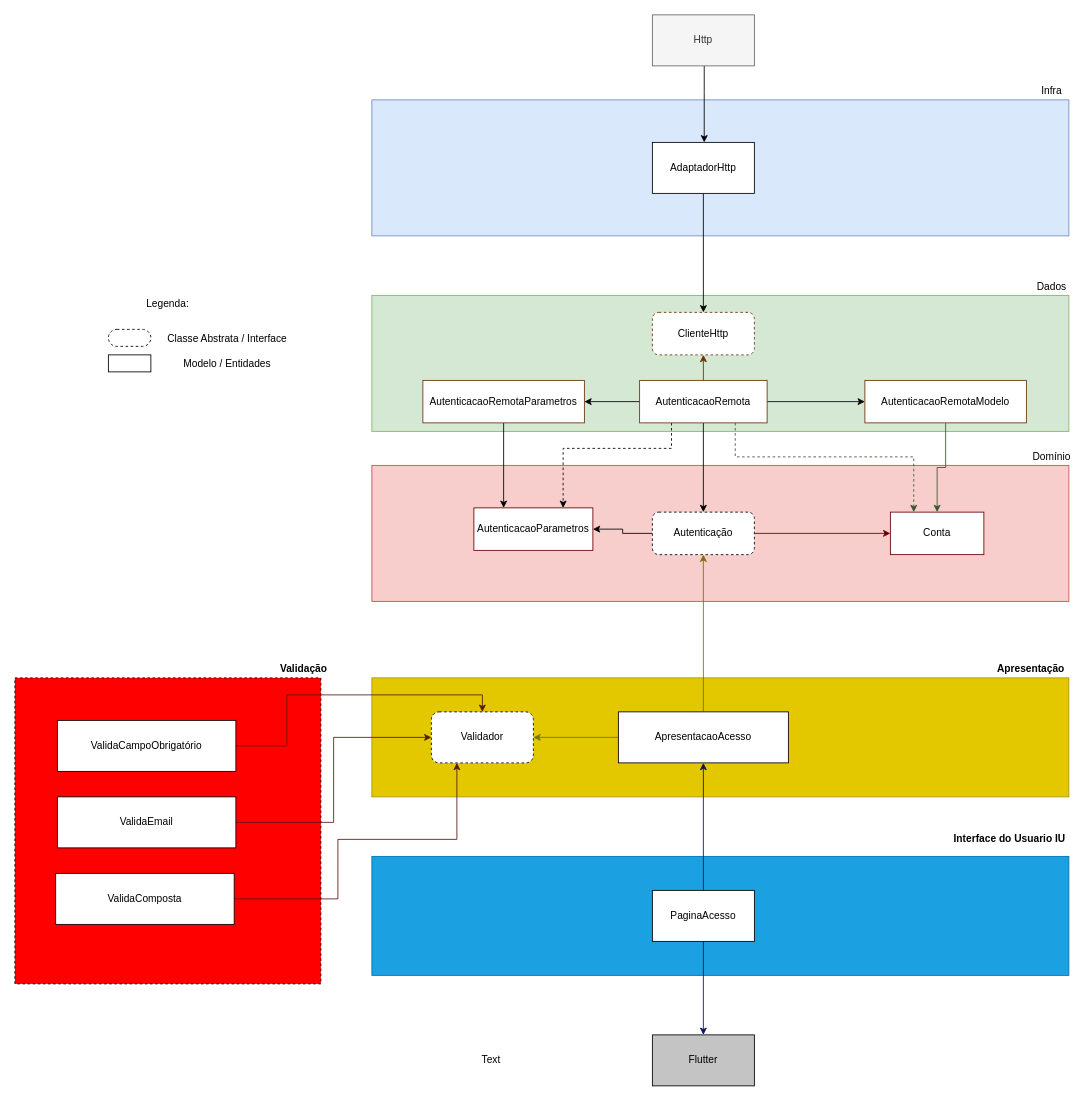
This is page "Acesso" (1 of 2) of requisitos/Questionario - Flutter.drawio from brunopenha/questionario_flutter, a draw.io file, before an edit. Source tidied: cells renumbered, new cells numbered last; positions are measured from the earlier drawing's top-left corner, leaving out a move shared by most shapes. Both pictures are drawn from the tidied source at 85%, with x=0, y=0 at pixel (14, 14).
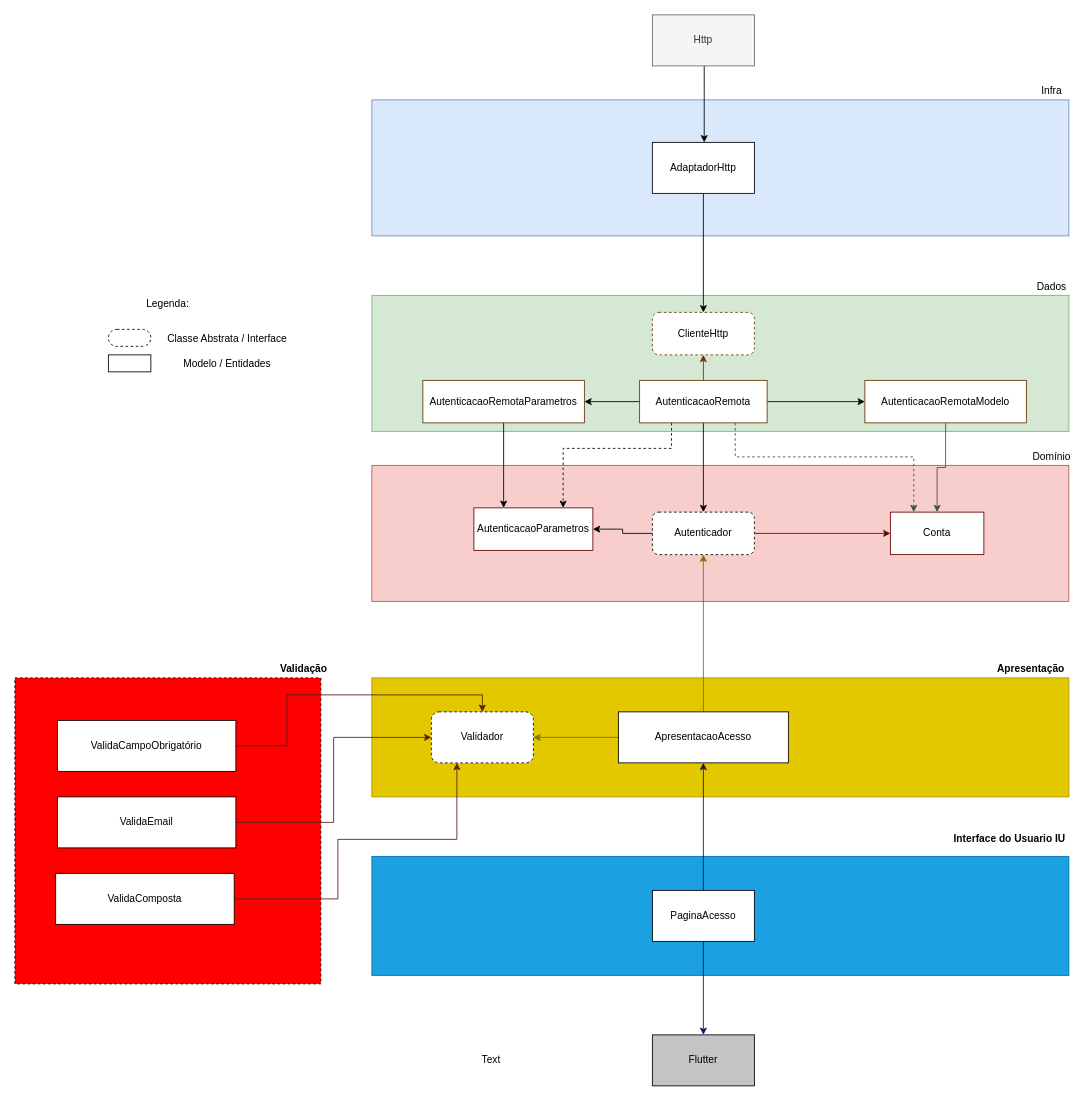
The same diagram, later.

Change to the diagram source:
```diff
@@
-    <mxCell id="5" value="Autenticação" style="rounded=1;whiteSpace=wrap;html=1;dashed=1;" parent="1" vertex="1">
+    <mxCell id="5" value="Autenticador" style="rounded=1;whiteSpace=wrap;html=1;dashed=1;" parent="1" vertex="1">
       <mxGeometry x="750" y="585" width="120" height="50" as="geometry" />
     </mxCell>
```
